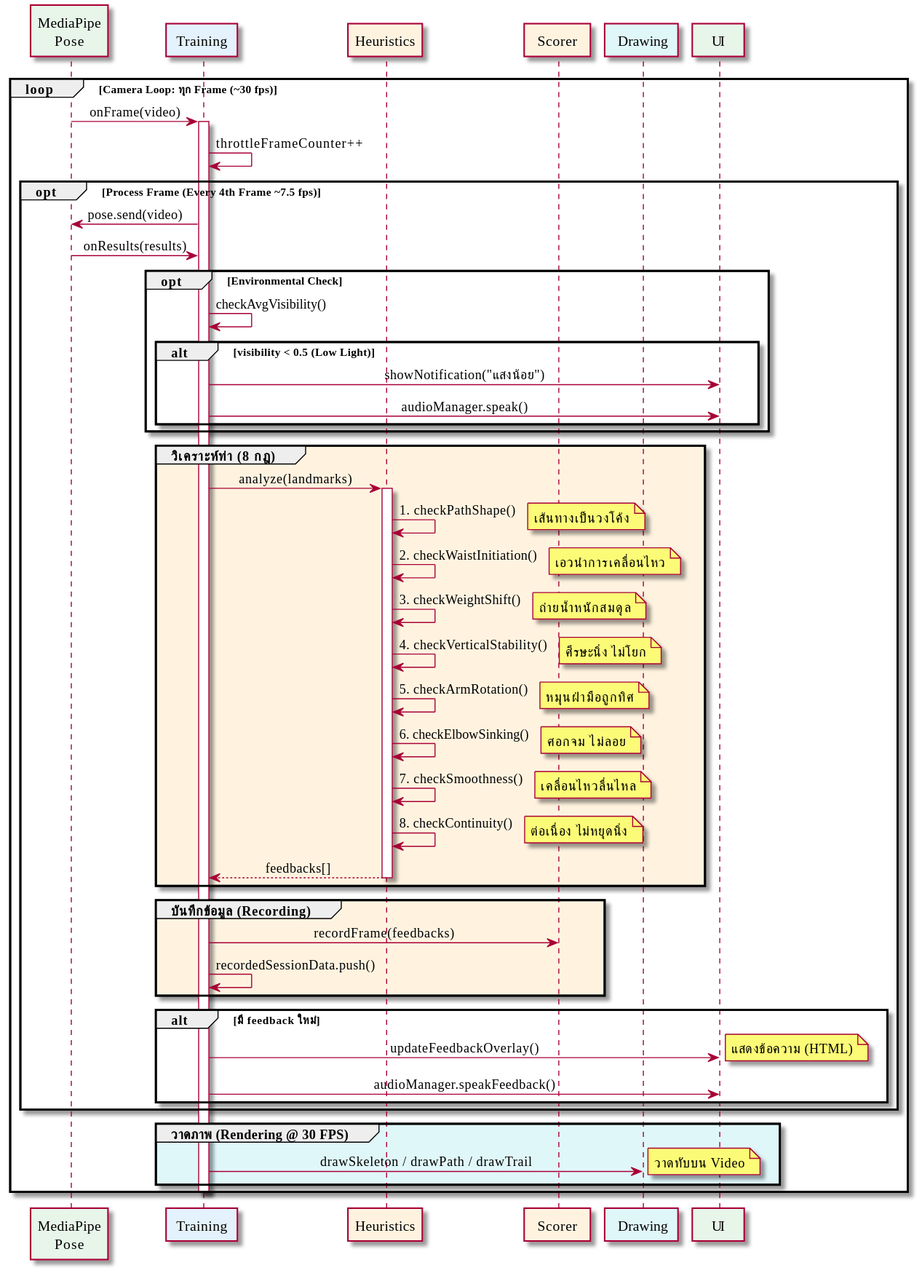
Before: out/docs/diagrams/SequenceDiagram_RealtimeAnalysis/SequenceDiagram_RealtimeAnalysis.svg, a diagram exported from PlantUML (vyut/TaijiFlow).
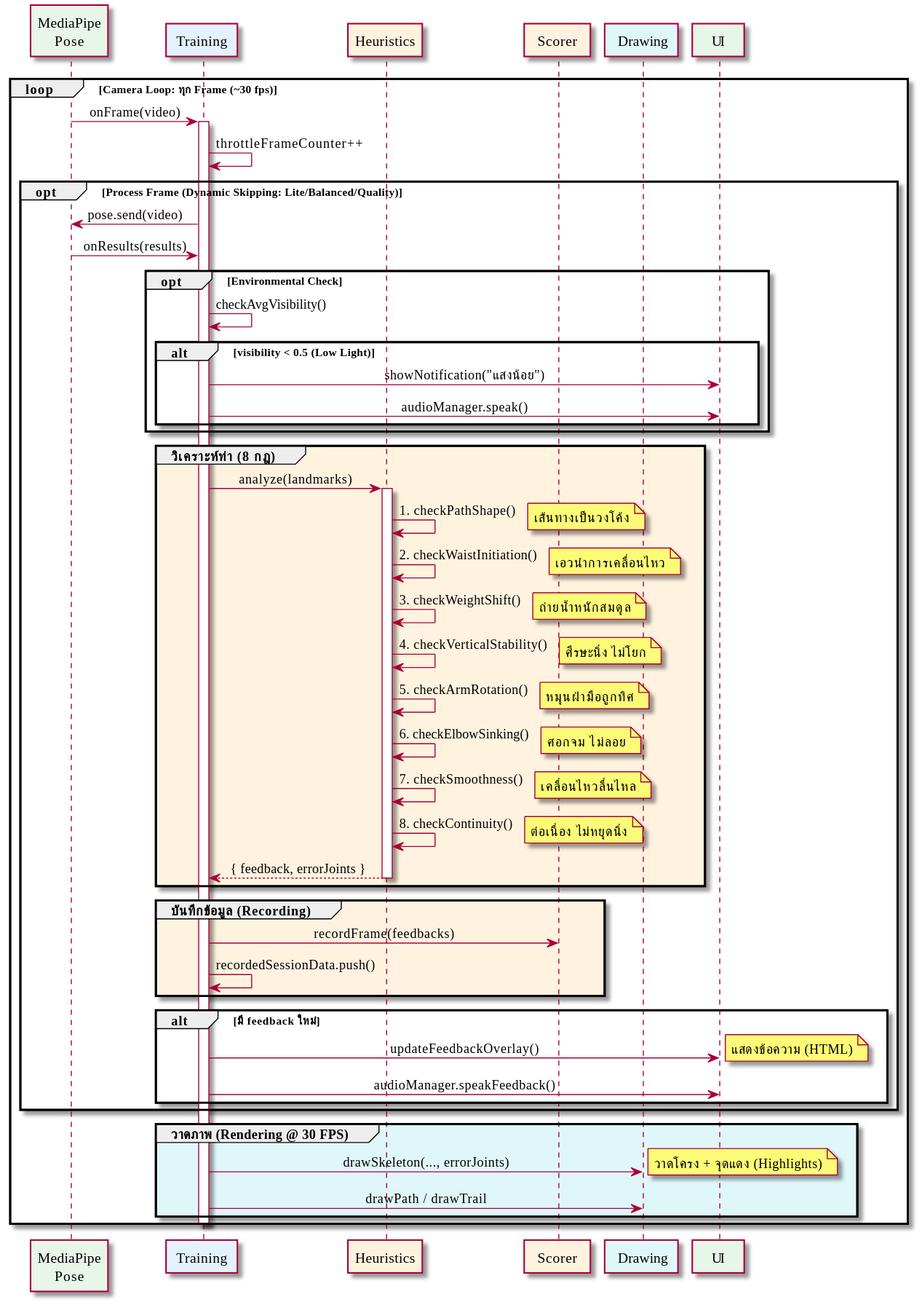
Above is the later version.

The edit, as a diff of the source:
```diff
@@ -18,7 +18,7 @@
 
     Training -> Training : throttleFrameCounter++
 
-    opt Process Frame (Every 4th Frame ~7.5 fps)
+    opt Process Frame (Dynamic Skipping: Lite/Balanced/Quality)
         Training -> MediaPipe : pose.send(video)
         MediaPipe -> Training : onResults(results)
 
@@ -58,7 +58,7 @@
             Heuristics -> Heuristics : 8. checkContinuity()
             note right: ต่อเนื่อง ไม่หยุดนิ่ง
 
-            Heuristics --> Training : feedbacks[]
+            Heuristics --> Training : { feedback, errorJoints }
             deactivate Heuristics
         end
 
@@ -75,8 +75,9 @@
     end
 
     group #E0F7FA วาดภาพ (Rendering @ 30 FPS)
-        Training -> Drawing : drawSkeleton / drawPath / drawTrail
-        note right: วาดทับบน Video
+        Training -> Drawing : drawSkeleton(..., errorJoints)
+        note right: วาดโครง + จุดแดง (Highlights)
+        Training -> Drawing : drawPath / drawTrail
     end
 
     deactivate Training
```
